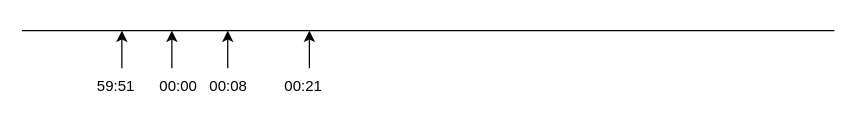
xnxuehai/draw keeps this draw.io diagram as 未命名绘图.drawio. Above is the earlier version. Source tidied: cells renumbered, new cells numbered last; positions are measured from the earlier drawing's top-left corner, leaving out a move shared by most shapes. Both pictures are drawn from the tidied source at 125%, with x=0, y=0 at pixel (21, 30).
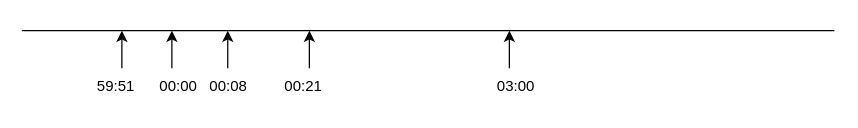
The same diagram, later.

Commit message (it also covers changes not shown here):
更新未命名绘图.drawio

What changed in the source:
```diff
@@
 <mxGraphModel>
   <root>
     <mxCell id="0" />
     <mxCell id="1" parent="0" />
     <mxCell id="2" style="endArrow=none;html=1;rounded=0;" parent="1" edge="1">
       <mxGeometry relative="1" as="geometry">
         <mxPoint as="sourcePoint" />
         <mxPoint x="650" as="targetPoint" />
       </mxGeometry>
     </mxCell>
     <mxCell id="3" style="endArrow=classic;html=1;rounded=0;" parent="1" edge="1">
       <mxGeometry relative="1" as="geometry">
         <mxPoint x="80" y="30" as="sourcePoint" />
         <mxPoint x="80" as="targetPoint" />
       </mxGeometry>
     </mxCell>
     <mxCell id="4" value="59:51" style="text;html=1;align=center;verticalAlign=middle;strokeColor=none;fillColor=none;" parent="1" vertex="1">
       <mxGeometry x="50" y="30" width="50" height="30" as="geometry" />
     </mxCell>
     <mxCell id="5" style="endArrow=classic;html=1;rounded=0;" parent="1" edge="1">
       <mxGeometry relative="1" as="geometry">
         <mxPoint x="164.7" y="30" as="sourcePoint" />
         <mxPoint x="164.7" as="targetPoint" />
       </mxGeometry>
     </mxCell>
     <mxCell id="6" value="00:08" style="text;html=1;align=center;verticalAlign=middle;strokeColor=none;fillColor=none;" parent="1" vertex="1">
       <mxGeometry x="140" y="30" width="50" height="30" as="geometry" />
     </mxCell>
     <mxCell id="7" style="endArrow=classic;html=1;rounded=0;" parent="1" edge="1">
       <mxGeometry relative="1" as="geometry">
         <mxPoint x="230" y="30" as="sourcePoint" />
         <mxPoint x="230" as="targetPoint" />
       </mxGeometry>
     </mxCell>
     <mxCell id="8" value="00:21" style="text;html=1;align=center;verticalAlign=middle;strokeColor=none;fillColor=none;" parent="1" vertex="1">
       <mxGeometry x="200" y="30" width="50" height="30" as="geometry" />
     </mxCell>
     <mxCell id="9" style="endArrow=classic;html=1;rounded=0;" parent="1" edge="1">
       <mxGeometry relative="1" as="geometry">
         <mxPoint x="120" y="30" as="sourcePoint" />
         <mxPoint x="120" as="targetPoint" />
       </mxGeometry>
     </mxCell>
     <mxCell id="10" value="00:00" style="text;html=1;align=center;verticalAlign=middle;strokeColor=none;fillColor=none;" parent="1" vertex="1">
       <mxGeometry x="100" y="30" width="50" height="30" as="geometry" />
     </mxCell>
+    <mxCell id="11" style="endArrow=classic;html=1;rounded=0;" parent="1" edge="1">
+      <mxGeometry relative="1" as="geometry">
+        <mxPoint x="390" y="30" as="sourcePoint" />
+        <mxPoint x="390" as="targetPoint" />
+      </mxGeometry>
+    </mxCell>
+    <mxCell id="12" value="03:00" style="text;html=1;align=center;verticalAlign=middle;strokeColor=none;fillColor=none;" parent="1" vertex="1">
+      <mxGeometry x="370" y="30" width="50" height="30" as="geometry" />
+    </mxCell>
   </root>
 </mxGraphModel>
```
